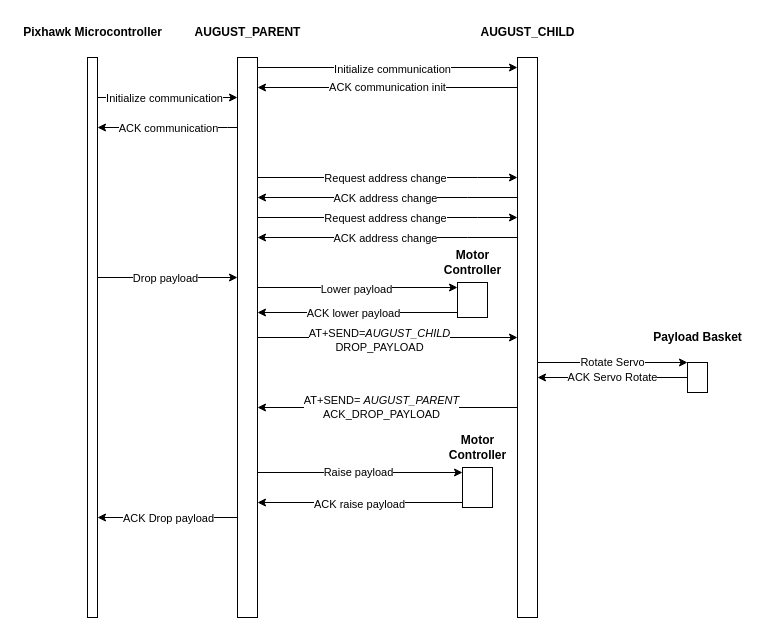
The draw.io diagram August/UML AUGUST time diagram.drawio in ParkerHitch/PART-RND-Arduino, before the edit. Source tidied: cells renumbered, new cells numbered last; positions are measured from the earlier drawing's top-left corner, leaving out a move shared by most shapes. Both pictures are drawn from the tidied source at 100%, with x=0, y=0 at pixel (17, 17).
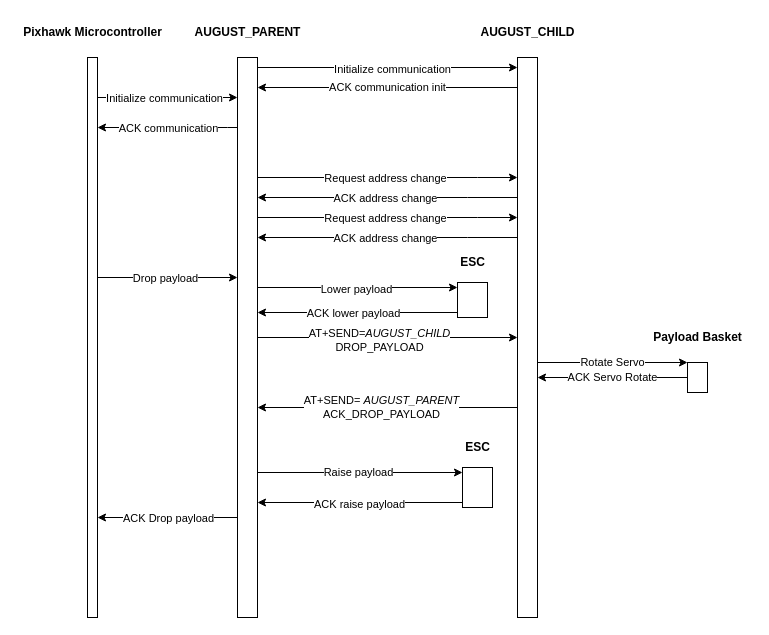
Above is the later version.

Commit message (it also covers changes not shown here):
feat: Servo Value dial in first time

What changed in the source:
```diff
@@
-    <mxCell id="41" value="Motor&lt;div&gt;Controller&lt;/div&gt;" style="text;html=1;align=center;verticalAlign=middle;strokeColor=none;fillColor=none;fontStyle=1;" parent="1" vertex="1">
-      <mxGeometry x="415" y="225" width="80" height="40" as="geometry" />
+    <mxCell id="41" value="ESC" style="text;html=1;align=center;verticalAlign=middle;strokeColor=none;fillColor=none;fontStyle=1;" parent="1" vertex="1">
+      <mxGeometry x="430" y="230" width="50" height="30" as="geometry" />
     </mxCell>
@@
-    <mxCell id="46" value="Motor&lt;div&gt;Controller&lt;/div&gt;" style="text;html=1;align=center;verticalAlign=middle;strokeColor=none;fillColor=none;fontStyle=1;" parent="1" vertex="1">
-      <mxGeometry x="420" y="410" width="80" height="40" as="geometry" />
+    <mxCell id="46" value="ESC" style="text;html=1;align=center;verticalAlign=middle;strokeColor=none;fillColor=none;fontStyle=1;" parent="1" vertex="1">
+      <mxGeometry x="435" y="415" width="50" height="30" as="geometry" />
     </mxCell>
```
